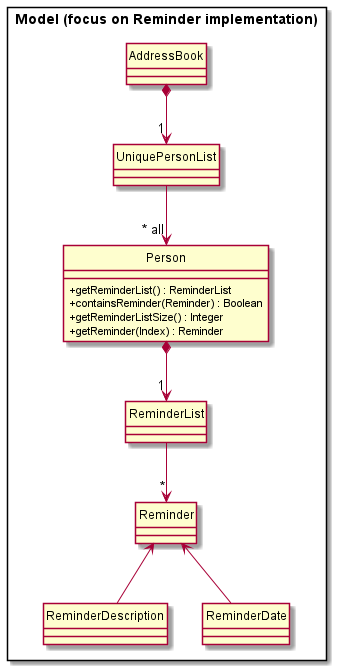
This is docs/images/ModelReminder.png from pyk595/tp, a PlantUML export, as it was before one commit. The source it was exported from:
```plantuml
@startuml
hide circle
skinparam classAttributeIconSize 0
Package "Model (focus on Reminder implementation)" <<Rectangle>>{

class AddressBook {
}

class Person {
+getReminderList() : ReminderList
+containsReminder(Reminder) : Boolean
+getReminderListSize() : Integer
+getReminder(Index) : Reminder
}

class ReminderList
class Reminder
class ReminderDescription
class ReminderDate
class UniquePersonList

}

AddressBook *--> "1" UniquePersonList
UniquePersonList --> "~* all" Person
Person *-down-> "1" ReminderList
ReminderList --> "*" Reminder
ReminderDescription -up-> Reminder
ReminderDate -up-> Reminder
@enduml
```
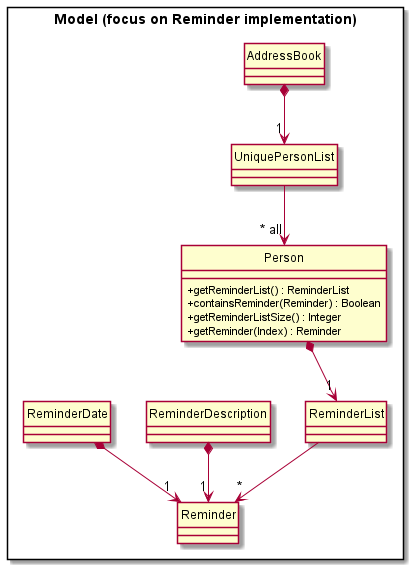
The same file after the commit.

Commit message:
Fix UML diagram for ModelReminder

Change to the diagram source:
```diff
@@ -25,6 +25,6 @@
 UniquePersonList --> "~* all" Person
 Person *-down-> "1" ReminderList
 ReminderList --> "*" Reminder
-ReminderDescription -up-> Reminder
-ReminderDate -up-> Reminder
+ReminderDescription *-down-> "1" Reminder
+ReminderDate *-down-> "1" Reminder
 @enduml
```
